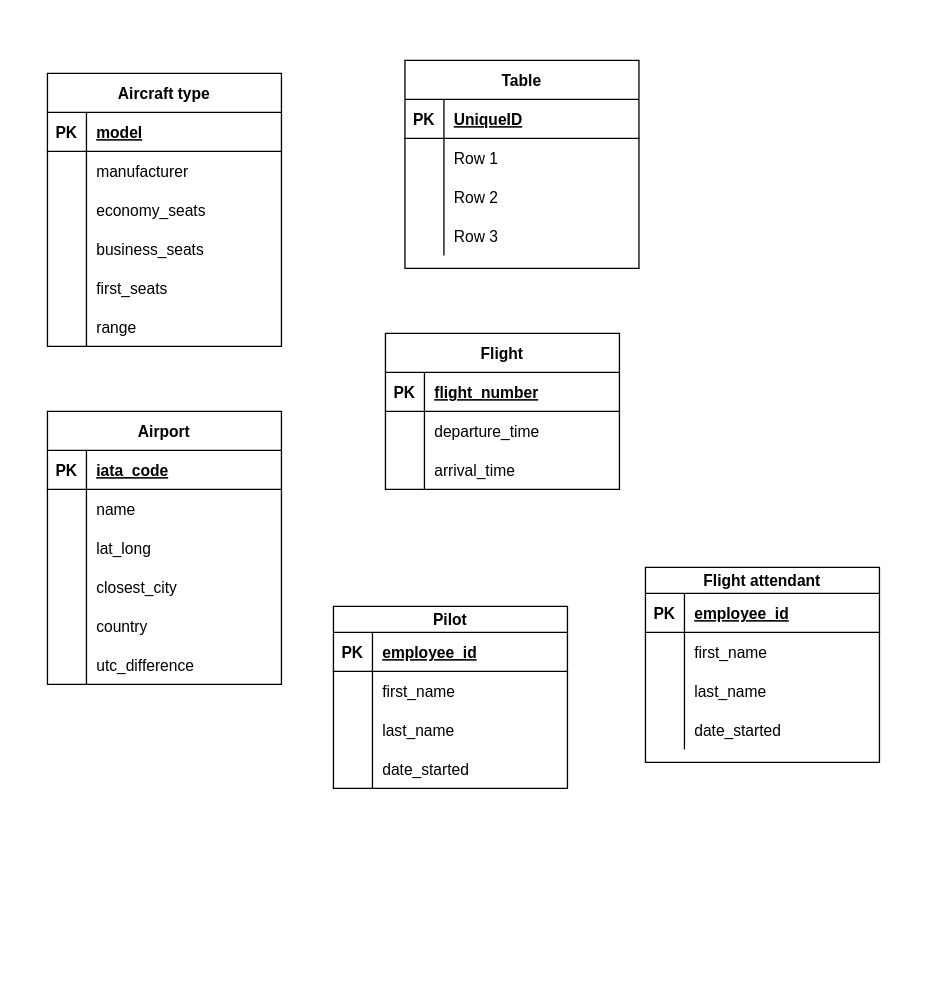
This is Airline system ER diagram.drawio from lyulka/comp3278, a draw.io file, before an edit. Source tidied: cells renumbered, new cells numbered last; positions are measured from the earlier drawing's top-left corner, leaving out a move shared by most shapes. Both pictures are drawn from the tidied source at 130%, with x=0, y=0 at pixel (47, 60).
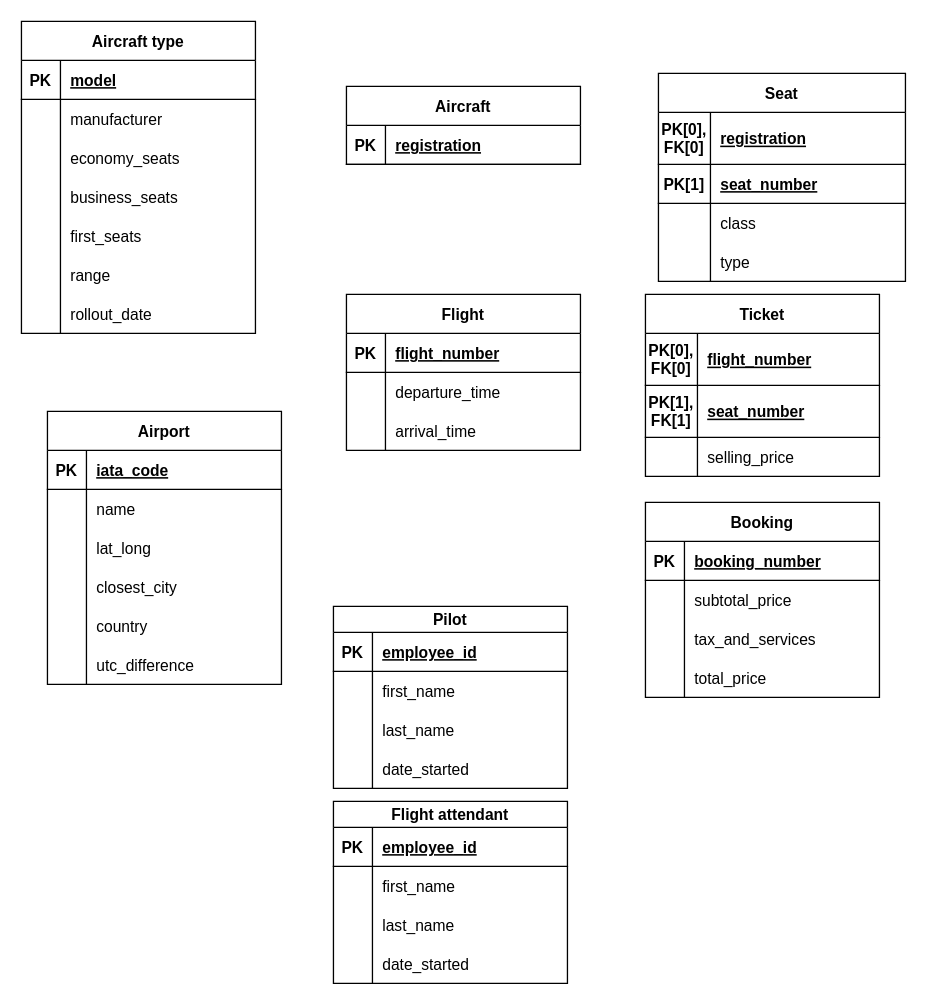
The same diagram, later.

Commit message:
Completed all entities.

The change refers to these unchanged cells:
```xml
<mxCell id="41" style="shape=partialRectangle;fillColor=none;top=0;left=0;bottom=1;right=0;" parent="40" vertex="1">
  <mxGeometry y="30" width="180" height="30" as="geometry" />
</mxCell>
```

Diff of the diagram source:
```diff
@@
+    <mxCell id="76" value="Pilot" style="shape=table;startSize=20;childLayout=tableLayout;rowLines=0;fontStyle=1;align=center;" parent="1" vertex="1">
+      <mxGeometry x="220" y="420" width="180" height="140" as="geometry" />
+    </mxCell>
+    <mxCell id="77" style="shape=partialRectangle;fillColor=none;top=0;left=0;bottom=1;right=0;" parent="76" vertex="1">
+      <mxGeometry y="20" width="180" height="30" as="geometry" />
+    </mxCell>
+    <mxCell id="78" value="PK" style="shape=partialRectangle;fillColor=none;top=0;left=0;bottom=0;right=0;fontStyle=1;overflow=hidden;" parent="77" vertex="1">
+      <mxGeometry width="30" height="30" as="geometry" />
+    </mxCell>
+    <mxCell id="79" value="employee_id" style="shape=partialRectangle;fillColor=none;top=0;left=0;bottom=0;right=0;align=left;spacingLeft=6;fontStyle=5;overflow=hidden;" parent="77" vertex="1">
+      <mxGeometry x="30" width="150" height="30" as="geometry" />
+    </mxCell>
+    <mxCell id="80" style="shape=partialRectangle;fillColor=none;top=0;left=0;bottom=0;right=0;" parent="76" vertex="1">
+      <mxGeometry y="50" width="180" height="30" as="geometry" />
+    </mxCell>
+    <mxCell id="81" style="shape=partialRectangle;fillColor=none;top=0;left=0;bottom=0;right=0;overflow=hidden;" parent="80" vertex="1">
+      <mxGeometry width="30" height="30" as="geometry" />
+    </mxCell>
+    <mxCell id="82" value="first_name" style="shape=partialRectangle;fillColor=none;top=0;left=0;bottom=0;right=0;align=left;spacingLeft=6;overflow=hidden;" parent="80" vertex="1">
+      <mxGeometry x="30" width="150" height="30" as="geometry" />
+    </mxCell>
+    <mxCell id="83" style="shape=partialRectangle;fillColor=none;top=0;left=0;bottom=0;right=0;" parent="76" vertex="1">
+      <mxGeometry y="80" width="180" height="30" as="geometry" />
+    </mxCell>
+    <mxCell id="84" style="shape=partialRectangle;fillColor=none;top=0;left=0;bottom=0;right=0;overflow=hidden;" parent="83" vertex="1">
+      <mxGeometry width="30" height="30" as="geometry" />
+    </mxCell>
+    <mxCell id="85" value="last_name" style="shape=partialRectangle;fillColor=none;top=0;left=0;bottom=0;right=0;align=left;spacingLeft=6;overflow=hidden;" parent="83" vertex="1">
+      <mxGeometry x="30" width="150" height="30" as="geometry" />
+    </mxCell>
+    <mxCell id="86" style="shape=partialRectangle;fillColor=none;top=0;left=0;bottom=0;right=0;" parent="76" vertex="1">
+      <mxGeometry y="110" width="180" height="30" as="geometry" />
+    </mxCell>
+    <mxCell id="87" style="shape=partialRectangle;fillColor=none;top=0;left=0;bottom=0;right=0;overflow=hidden;" parent="86" vertex="1">
+      <mxGeometry width="30" height="30" as="geometry" />
+    </mxCell>
+    <mxCell id="88" value="date_started" style="shape=partialRectangle;fillColor=none;top=0;left=0;bottom=0;right=0;align=left;spacingLeft=6;overflow=hidden;" parent="86" vertex="1">
+      <mxGeometry x="30" width="150" height="30" as="geometry" />
+    </mxCell>
     <mxCell id="21" value="Aircraft type" style="shape=table;startSize=30;childLayout=tableLayout;rowLines=0;fontStyle=1;align=center;" parent="1" vertex="1">
-      <mxGeometry y="10" width="180" height="210" as="geometry" />
+      <mxGeometry x="-20" y="-30" width="180" height="240" as="geometry" />
     </mxCell>
@@
+    <mxCell id="89" style="shape=partialRectangle;fillColor=none;top=0;left=0;bottom=0;right=0;" parent="21" vertex="1">
+      <mxGeometry y="210" width="180" height="30" as="geometry" />
+    </mxCell>
+    <mxCell id="90" style="shape=partialRectangle;fillColor=none;top=0;left=0;bottom=0;right=0;overflow=hidden;" parent="89" vertex="1">
+      <mxGeometry width="30" height="30" as="geometry" />
+    </mxCell>
+    <mxCell id="91" value="rollout_date" style="shape=partialRectangle;fillColor=none;top=0;left=0;bottom=0;right=0;align=left;spacingLeft=6;overflow=hidden;" parent="89" vertex="1">
+      <mxGeometry x="30" width="150" height="30" as="geometry" />
+    </mxCell>
+    <mxCell id="92" value="Seat" style="shape=table;startSize=30;childLayout=tableLayout;rowLines=0;fontStyle=1;align=center;" parent="1" vertex="1">
+      <mxGeometry x="470" y="10" width="190" height="160" as="geometry" />
+    </mxCell>
+    <mxCell id="93" style="shape=partialRectangle;fillColor=none;top=0;left=0;bottom=1;right=0;" parent="92" vertex="1">
+      <mxGeometry y="30" width="190" height="40" as="geometry" />
+    </mxCell>
+    <mxCell id="94" value="PK[0],&#10;FK[0]" style="shape=partialRectangle;fillColor=none;top=0;left=0;bottom=0;right=0;fontStyle=1;overflow=hidden;" parent="93" vertex="1">
+      <mxGeometry width="40" height="40" as="geometry" />
+    </mxCell>
+    <mxCell id="95" value="registration" style="shape=partialRectangle;fillColor=none;top=0;left=0;bottom=0;right=0;align=left;spacingLeft=6;fontStyle=5;overflow=hidden;" parent="93" vertex="1">
+      <mxGeometry x="40" width="150" height="40" as="geometry" />
+    </mxCell>
+    <mxCell id="96" style="shape=partialRectangle;fillColor=none;top=0;left=0;bottom=1;right=0;" parent="92" vertex="1">
+      <mxGeometry y="70" width="190" height="30" as="geometry" />
+    </mxCell>
+    <mxCell id="97" value="PK[1]" style="shape=partialRectangle;fillColor=none;top=0;left=0;bottom=0;right=0;fontStyle=1;overflow=hidden;" parent="96" vertex="1">
+      <mxGeometry width="40" height="30" as="geometry" />
+    </mxCell>
+    <mxCell id="98" value="seat_number" style="shape=partialRectangle;fillColor=none;top=0;left=0;bottom=0;right=0;align=left;spacingLeft=6;fontStyle=5;overflow=hidden;" parent="96" vertex="1">
+      <mxGeometry x="40" width="150" height="30" as="geometry" />
+    </mxCell>
+    <mxCell id="99" style="shape=partialRectangle;fillColor=none;top=0;left=0;bottom=0;right=0;" parent="92" vertex="1">
+      <mxGeometry y="100" width="190" height="30" as="geometry" />
+    </mxCell>
+    <mxCell id="100" style="shape=partialRectangle;fillColor=none;top=0;left=0;bottom=0;right=0;overflow=hidden;" parent="99" vertex="1">
+      <mxGeometry width="40" height="30" as="geometry" />
+    </mxCell>
+    <mxCell id="101" value="class" style="shape=partialRectangle;fillColor=none;top=0;left=0;bottom=0;right=0;align=left;spacingLeft=6;overflow=hidden;" parent="99" vertex="1">
+      <mxGeometry x="40" width="150" height="30" as="geometry" />
+    </mxCell>
+    <mxCell id="102" style="shape=partialRectangle;fillColor=none;top=0;left=0;bottom=0;right=0;" parent="92" vertex="1">
+      <mxGeometry y="130" width="190" height="30" as="geometry" />
+    </mxCell>
+    <mxCell id="103" style="shape=partialRectangle;fillColor=none;top=0;left=0;bottom=0;right=0;overflow=hidden;" parent="102" vertex="1">
+      <mxGeometry width="40" height="30" as="geometry" />
+    </mxCell>
+    <mxCell id="104" value="type" style="shape=partialRectangle;fillColor=none;top=0;left=0;bottom=0;right=0;align=left;spacingLeft=6;overflow=hidden;" parent="102" vertex="1">
+      <mxGeometry x="40" width="150" height="30" as="geometry" />
+    </mxCell>
-    <mxCell id="40" value="Table" style="shape=table;startSize=30;childLayout=tableLayout;rowLines=0;fontStyle=1;align=center;" parent="1" vertex="1">
-      <mxGeometry x="275" width="180" height="160" as="geometry" />
+    <mxCell id="40" value="Aircraft" style="shape=table;startSize=30;childLayout=tableLayout;rowLines=0;fontStyle=1;align=center;" parent="1" vertex="1">
+      <mxGeometry x="230" y="20" width="180" height="60" as="geometry" />
     </mxCell>
@@
-    <mxCell id="43" value="UniqueID" style="shape=partialRectangle;fillColor=none;top=0;left=0;bottom=0;right=0;align=left;spacingLeft=6;fontStyle=5;overflow=hidden;" parent="41" vertex="1">
+    <mxCell id="43" value="registration" style="shape=partialRectangle;fillColor=none;top=0;left=0;bottom=0;right=0;align=left;spacingLeft=6;fontStyle=5;overflow=hidden;" parent="41" vertex="1">
       <mxGeometry x="30" width="150" height="30" as="geometry" />
     </mxCell>
-    <mxCell id="44" style="shape=partialRectangle;fillColor=none;top=0;left=0;bottom=0;right=0;" parent="40" vertex="1">
-      <mxGeometry y="60" width="180" height="30" as="geometry" />
-    </mxCell>
-    <mxCell id="45" style="shape=partialRectangle;fillColor=none;top=0;left=0;bottom=0;right=0;overflow=hidden;" parent="44" vertex="1">
-      <mxGeometry width="30" height="30" as="geometry" />
-    </mxCell>
-    <mxCell id="46" value="Row 1" style="shape=partialRectangle;fillColor=none;top=0;left=0;bottom=0;right=0;align=left;spacingLeft=6;overflow=hidden;" parent="44" vertex="1">
-      <mxGeometry x="30" width="150" height="30" as="geometry" />
-    </mxCell>
-    <mxCell id="47" style="shape=partialRectangle;fillColor=none;top=0;left=0;bottom=0;right=0;" parent="40" vertex="1">
-      <mxGeometry y="90" width="180" height="30" as="geometry" />
-    </mxCell>
-    <mxCell id="48" style="shape=partialRectangle;fillColor=none;top=0;left=0;bottom=0;right=0;overflow=hidden;" parent="47" vertex="1">
-      <mxGeometry width="30" height="30" as="geometry" />
-    </mxCell>
-    <mxCell id="49" value="Row 2" style="shape=partialRectangle;fillColor=none;top=0;left=0;bottom=0;right=0;align=left;spacingLeft=6;overflow=hidden;" parent="47" vertex="1">
-      <mxGeometry x="30" width="150" height="30" as="geometry" />
-    </mxCell>
-    <mxCell id="50" style="shape=partialRectangle;fillColor=none;top=0;left=0;bottom=0;right=0;" parent="40" vertex="1">
-      <mxGeometry y="120" width="180" height="30" as="geometry" />
-    </mxCell>
-    <mxCell id="51" style="shape=partialRectangle;fillColor=none;top=0;left=0;bottom=0;right=0;overflow=hidden;" parent="50" vertex="1">
-      <mxGeometry width="30" height="30" as="geometry" />
-    </mxCell>
-    <mxCell id="52" value="Row 3" style="shape=partialRectangle;fillColor=none;top=0;left=0;bottom=0;right=0;align=left;spacingLeft=6;overflow=hidden;" parent="50" vertex="1">
-      <mxGeometry x="30" width="150" height="30" as="geometry" />
-    </mxCell>
     <mxCell id="53" value="Flight" style="shape=table;startSize=30;childLayout=tableLayout;rowLines=0;fontStyle=1;align=center;" parent="1" vertex="1">
-      <mxGeometry x="260" y="210" width="180" height="120" as="geometry" />
+      <mxGeometry x="230" y="180" width="180" height="120" as="geometry" />
     </mxCell>
@@
+    <mxCell id="105" value="Ticket" style="shape=table;startSize=30;childLayout=tableLayout;rowLines=0;fontStyle=1;align=center;" parent="1" vertex="1">
+      <mxGeometry x="460" y="180" width="180" height="140" as="geometry" />
+    </mxCell>
+    <mxCell id="106" style="shape=partialRectangle;fillColor=none;top=0;left=0;bottom=1;right=0;" parent="105" vertex="1">
+      <mxGeometry y="30" width="180" height="40" as="geometry" />
+    </mxCell>
+    <mxCell id="107" value="PK[0],&#10;FK[0]" style="shape=partialRectangle;fillColor=none;top=0;left=0;bottom=0;right=0;fontStyle=1;overflow=hidden;" parent="106" vertex="1">
+      <mxGeometry width="40" height="40" as="geometry" />
+    </mxCell>
+    <mxCell id="108" value="flight_number" style="shape=partialRectangle;fillColor=none;top=0;left=0;bottom=0;right=0;align=left;spacingLeft=6;fontStyle=5;overflow=hidden;" parent="106" vertex="1">
+      <mxGeometry x="40" width="140" height="40" as="geometry" />
+    </mxCell>
+    <mxCell id="109" style="shape=partialRectangle;fillColor=none;top=0;left=0;bottom=1;right=0;" parent="105" vertex="1">
+      <mxGeometry y="70" width="180" height="40" as="geometry" />
+    </mxCell>
+    <mxCell id="110" value="PK[1],&#10;FK[1]" style="shape=partialRectangle;fillColor=none;top=0;left=0;bottom=0;right=0;fontStyle=1;overflow=hidden;" parent="109" vertex="1">
+      <mxGeometry width="40" height="40" as="geometry" />
+    </mxCell>
+    <mxCell id="111" value="seat_number" style="shape=partialRectangle;fillColor=none;top=0;left=0;bottom=0;right=0;align=left;spacingLeft=6;fontStyle=5;overflow=hidden;" parent="109" vertex="1">
+      <mxGeometry x="40" width="140" height="40" as="geometry" />
+    </mxCell>
+    <mxCell id="112" style="shape=partialRectangle;fillColor=none;top=0;left=0;bottom=0;right=0;" parent="105" vertex="1">
+      <mxGeometry y="110" width="180" height="30" as="geometry" />
+    </mxCell>
+    <mxCell id="113" style="shape=partialRectangle;fillColor=none;top=0;left=0;bottom=0;right=0;overflow=hidden;" parent="112" vertex="1">
+      <mxGeometry width="40" height="30" as="geometry" />
+    </mxCell>
+    <mxCell id="114" value="selling_price" style="shape=partialRectangle;fillColor=none;top=0;left=0;bottom=0;right=0;align=left;spacingLeft=6;overflow=hidden;" parent="112" vertex="1">
+      <mxGeometry x="40" width="140" height="30" as="geometry" />
+    </mxCell>
     <mxCell id="63" value="Flight attendant" style="shape=table;startSize=20;childLayout=tableLayout;rowLines=0;fontStyle=1;align=center;" parent="1" vertex="1">
-      <mxGeometry x="460" y="390" width="180" height="150" as="geometry" />
+      <mxGeometry x="220" y="570" width="180" height="140" as="geometry" />
     </mxCell>
@@
-    <mxCell id="76" value="Pilot" style="shape=table;startSize=20;childLayout=tableLayout;rowLines=0;fontStyle=1;align=center;" parent="1" vertex="1">
-      <mxGeometry x="220" y="420" width="180" height="140" as="geometry" />
-    </mxCell>
-    <mxCell id="77" style="shape=partialRectangle;fillColor=none;top=0;left=0;bottom=1;right=0;" parent="76" vertex="1">
-      <mxGeometry y="20" width="180" height="30" as="geometry" />
-    </mxCell>
-    <mxCell id="78" value="PK" style="shape=partialRectangle;fillColor=none;top=0;left=0;bottom=0;right=0;fontStyle=1;overflow=hidden;" parent="77" vertex="1">
-      <mxGeometry width="30" height="30" as="geometry" />
-    </mxCell>
-    <mxCell id="79" value="employee_id" style="shape=partialRectangle;fillColor=none;top=0;left=0;bottom=0;right=0;align=left;spacingLeft=6;fontStyle=5;overflow=hidden;" parent="77" vertex="1">
-      <mxGeometry x="30" width="150" height="30" as="geometry" />
-    </mxCell>
-    <mxCell id="80" style="shape=partialRectangle;fillColor=none;top=0;left=0;bottom=0;right=0;" parent="76" vertex="1">
-      <mxGeometry y="50" width="180" height="30" as="geometry" />
-    </mxCell>
-    <mxCell id="81" style="shape=partialRectangle;fillColor=none;top=0;left=0;bottom=0;right=0;overflow=hidden;" parent="80" vertex="1">
-      <mxGeometry width="30" height="30" as="geometry" />
-    </mxCell>
-    <mxCell id="82" value="first_name" style="shape=partialRectangle;fillColor=none;top=0;left=0;bottom=0;right=0;align=left;spacingLeft=6;overflow=hidden;" parent="80" vertex="1">
-      <mxGeometry x="30" width="150" height="30" as="geometry" />
-    </mxCell>
-    <mxCell id="83" style="shape=partialRectangle;fillColor=none;top=0;left=0;bottom=0;right=0;" parent="76" vertex="1">
-      <mxGeometry y="80" width="180" height="30" as="geometry" />
-    </mxCell>
-    <mxCell id="84" style="shape=partialRectangle;fillColor=none;top=0;left=0;bottom=0;right=0;overflow=hidden;" parent="83" vertex="1">
-      <mxGeometry width="30" height="30" as="geometry" />
-    </mxCell>
-    <mxCell id="85" value="last_name" style="shape=partialRectangle;fillColor=none;top=0;left=0;bottom=0;right=0;align=left;spacingLeft=6;overflow=hidden;" parent="83" vertex="1">
-      <mxGeometry x="30" width="150" height="30" as="geometry" />
-    </mxCell>
-    <mxCell id="86" style="shape=partialRectangle;fillColor=none;top=0;left=0;bottom=0;right=0;" parent="76" vertex="1">
-      <mxGeometry y="110" width="180" height="30" as="geometry" />
-    </mxCell>
-    <mxCell id="87" style="shape=partialRectangle;fillColor=none;top=0;left=0;bottom=0;right=0;overflow=hidden;" parent="86" vertex="1">
-      <mxGeometry width="30" height="30" as="geometry" />
-    </mxCell>
-    <mxCell id="88" value="date_started" style="shape=partialRectangle;fillColor=none;top=0;left=0;bottom=0;right=0;align=left;spacingLeft=6;overflow=hidden;" parent="86" vertex="1">
-      <mxGeometry x="30" width="150" height="30" as="geometry" />
-    </mxCell>
+    <mxCell id="115" value="Booking" style="shape=table;startSize=30;childLayout=tableLayout;rowLines=0;fontStyle=1;align=center;" parent="1" vertex="1">
+      <mxGeometry x="460" y="340" width="180" height="150" as="geometry" />
+    </mxCell>
+    <mxCell id="116" style="shape=partialRectangle;fillColor=none;top=0;left=0;bottom=1;right=0;" parent="115" vertex="1">
+      <mxGeometry y="30" width="180" height="30" as="geometry" />
+    </mxCell>
+    <mxCell id="117" value="PK" style="shape=partialRectangle;fillColor=none;top=0;left=0;bottom=0;right=0;fontStyle=1;overflow=hidden;" parent="116" vertex="1">
+      <mxGeometry width="30" height="30" as="geometry" />
+    </mxCell>
+    <mxCell id="118" value="booking_number" style="shape=partialRectangle;fillColor=none;top=0;left=0;bottom=0;right=0;align=left;spacingLeft=6;fontStyle=5;overflow=hidden;" parent="116" vertex="1">
+      <mxGeometry x="30" width="150" height="30" as="geometry" />
+    </mxCell>
+    <mxCell id="44" style="shape=partialRectangle;fillColor=none;top=0;left=0;bottom=0;right=0;" parent="115" vertex="1">
+      <mxGeometry y="60" width="180" height="30" as="geometry" />
+    </mxCell>
+    <mxCell id="119" style="shape=partialRectangle;fillColor=none;top=0;left=0;bottom=0;right=0;overflow=hidden;" parent="44" vertex="1">
+      <mxGeometry width="30" height="30" as="geometry" />
+    </mxCell>
+    <mxCell id="120" value="subtotal_price" style="shape=partialRectangle;fillColor=none;top=0;left=0;bottom=0;right=0;align=left;spacingLeft=6;overflow=hidden;" parent="44" vertex="1">
+      <mxGeometry x="30" width="150" height="30" as="geometry" />
+    </mxCell>
+    <mxCell id="47" style="shape=partialRectangle;fillColor=none;top=0;left=0;bottom=0;right=0;" parent="115" vertex="1">
+      <mxGeometry y="90" width="180" height="30" as="geometry" />
+    </mxCell>
+    <mxCell id="121" style="shape=partialRectangle;fillColor=none;top=0;left=0;bottom=0;right=0;overflow=hidden;" parent="47" vertex="1">
+      <mxGeometry width="30" height="30" as="geometry" />
+    </mxCell>
+    <mxCell id="122" value="tax_and_services" style="shape=partialRectangle;fillColor=none;top=0;left=0;bottom=0;right=0;align=left;spacingLeft=6;overflow=hidden;" parent="47" vertex="1">
+      <mxGeometry x="30" width="150" height="30" as="geometry" />
+    </mxCell>
+    <mxCell id="50" style="shape=partialRectangle;fillColor=none;top=0;left=0;bottom=0;right=0;" parent="115" vertex="1">
+      <mxGeometry y="120" width="180" height="30" as="geometry" />
+    </mxCell>
+    <mxCell id="123" style="shape=partialRectangle;fillColor=none;top=0;left=0;bottom=0;right=0;overflow=hidden;" parent="50" vertex="1">
+      <mxGeometry width="30" height="30" as="geometry" />
+    </mxCell>
+    <mxCell id="124" value="total_price" style="shape=partialRectangle;fillColor=none;top=0;left=0;bottom=0;right=0;align=left;spacingLeft=6;overflow=hidden;" parent="50" vertex="1">
+      <mxGeometry x="30" width="150" height="30" as="geometry" />
+    </mxCell>
```
